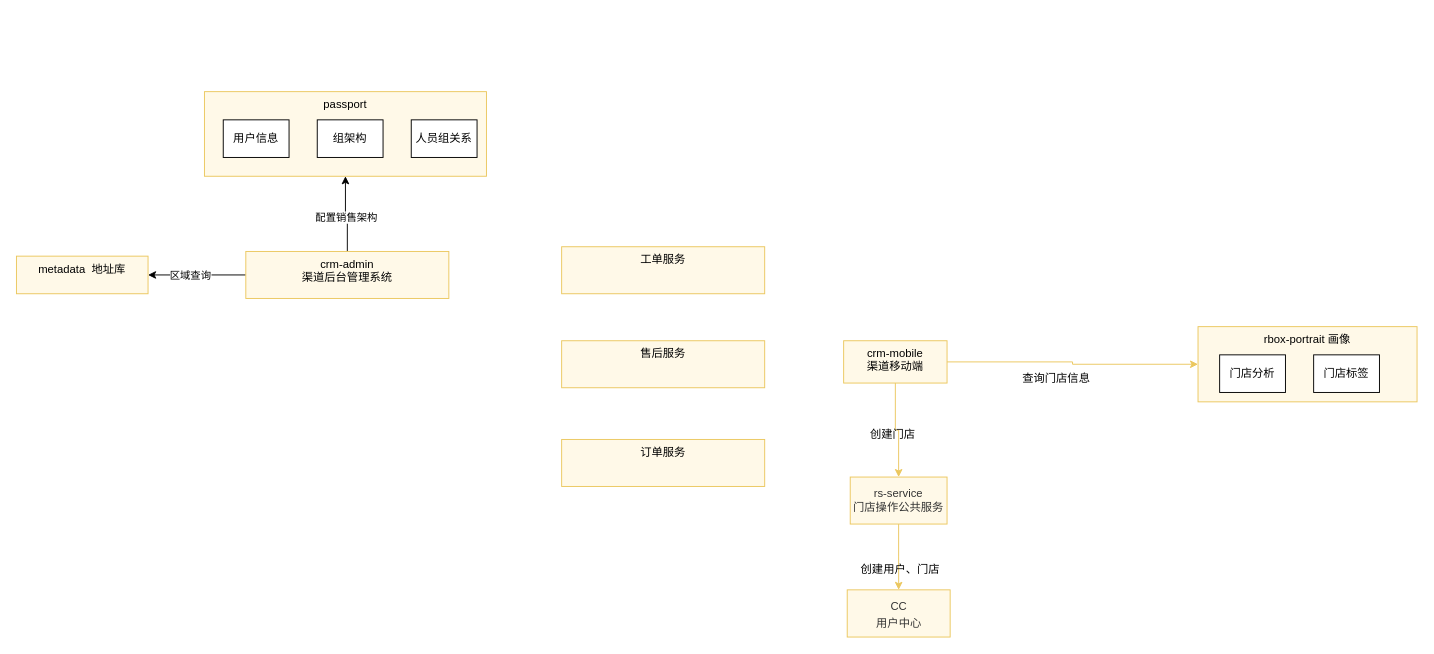
Earlier version of the draw.io diagram 未命名绘图.drawio (shixiaoding/draw). Source tidied: cells renumbered, new cells numbered last; positions are measured from the earlier drawing's top-left corner, leaving out a move shared by most shapes. Both pictures are drawn from the tidied source at 94%, with x=0, y=0 at pixel (16, 91).
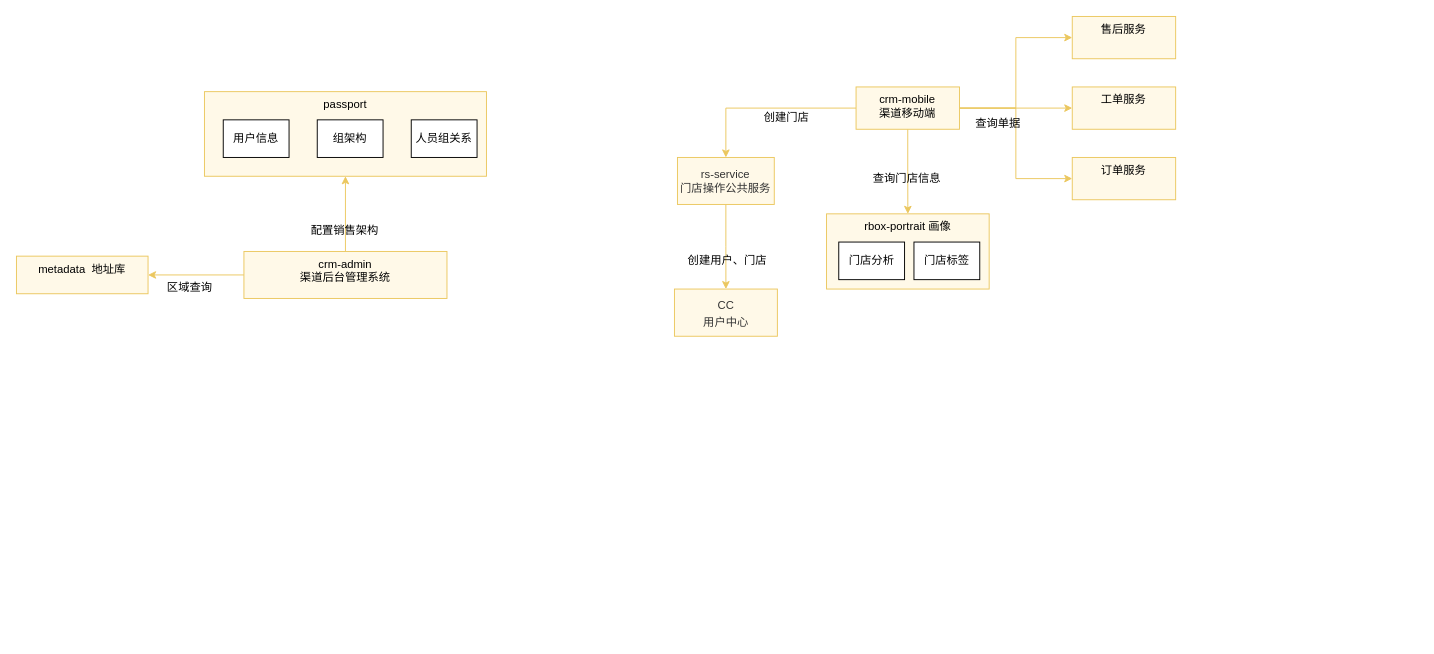
Above is the later version.

Commit message:
车削一体-架构图.drawio

The change refers to these unchanged cells:
```xml
<mxCell id="7" value="passport" style="rounded=0;whiteSpace=wrap;html=1;labelBackgroundColor=none;fillColor=#FFF9E8;strokeColor=#EBC75E;verticalAlign=top;" parent="1" vertex="1">
  <mxGeometry x="200" width="300" height="90" as="geometry" />
</mxCell>
<mxCell id="21" value="metadata&amp;nbsp; 地址库" style="rounded=0;whiteSpace=wrap;html=1;strokeColor=#EBC75E;align=center;verticalAlign=top;fontFamily=Helvetica;fontSize=12;fontColor=default;labelBackgroundColor=none;fillColor=#FFF9E8;" parent="1" vertex="1">
  <mxGeometry y="175" width="140" height="40" as="geometry" />
</mxCell>
```

What changed in the source:
```diff
@@
-    <mxCell id="2" style="edgeStyle=orthogonalEdgeStyle;rounded=0;jettySize=auto;html=1;entryX=0.5;entryY=1;entryDx=0;entryDy=0;" parent="1" edge="1" source="6" target="7">
+    <mxCell id="2" style="edgeStyle=orthogonalEdgeStyle;rounded=0;jettySize=auto;html=1;entryX=0.5;entryY=1;entryDx=0;entryDy=0;strokeColor=#EBC75E;align=center;verticalAlign=top;fontFamily=Helvetica;fontSize=12;fontColor=default;labelBackgroundColor=none;endArrow=classic;fillColor=#FFF9E8;" parent="1" edge="1" source="6" target="7">
       <mxGeometry relative="1" as="geometry" />
     </mxCell>
-    <mxCell id="3" value="配置销售架构" style="edgeLabel;html=1;align=center;verticalAlign=middle;" parent="2" vertex="1">
+    <mxCell id="3" value="配置销售架构" style="edgeLabel;html=1;align=center;verticalAlign=top;rounded=0;strokeColor=#EBC75E;fontFamily=Helvetica;fontSize=12;fontColor=default;labelBackgroundColor=none;fillColor=#FFF9E8;" parent="2" vertex="1">
       <mxGeometry x="-0.09" y="2" relative="1" as="geometry" />
     </mxCell>
-    <mxCell id="4" style="edgeStyle=orthogonalEdgeStyle;rounded=0;jettySize=auto;html=1;entryX=1;entryY=0.5;entryDx=0;entryDy=0;" parent="1" edge="1" source="6" target="21">
+    <mxCell id="4" style="edgeStyle=orthogonalEdgeStyle;rounded=0;jettySize=auto;html=1;entryX=1;entryY=0.5;entryDx=0;entryDy=0;strokeColor=#EBC75E;align=center;verticalAlign=top;fontFamily=Helvetica;fontSize=12;fontColor=default;labelBackgroundColor=none;endArrow=classic;fillColor=#FFF9E8;" parent="1" edge="1" source="6" target="21">
       <mxGeometry relative="1" as="geometry" />
     </mxCell>
-    <mxCell id="5" value="区域查询" style="edgeLabel;html=1;align=center;verticalAlign=middle;" parent="4" vertex="1">
+    <mxCell id="5" value="区域查询" style="edgeLabel;html=1;align=center;verticalAlign=top;rounded=0;strokeColor=#EBC75E;fontFamily=Helvetica;fontSize=12;fontColor=default;labelBackgroundColor=none;fillColor=#FFF9E8;" parent="4" vertex="1">
       <mxGeometry x="-0.14" y="3" relative="1" as="geometry">
         <mxPoint x="-15" y="-3" as="offset" />
       </mxGeometry>
     </mxCell>
     <mxCell id="6" value="crm-admin &lt;br&gt;渠道后台管理系统" style="rounded=0;whiteSpace=wrap;html=1;labelBackgroundColor=none;fillColor=#FFF9E8;strokeColor=#EBC75E;align=center;verticalAlign=top;fontFamily=Helvetica;fontSize=12;fontColor=default;" parent="1" vertex="1">
-      <mxGeometry x="244" y="170" width="216" height="50" as="geometry" />
+      <mxGeometry x="242" y="170" width="216" height="50" as="geometry" />
     </mxCell>
@@
+    <mxCell id="27" style="edgeStyle=orthogonalEdgeStyle;rounded=0;jettySize=auto;html=1;entryX=0;entryY=0.5;entryDx=0;entryDy=0;strokeColor=#EBC75E;align=center;verticalAlign=top;fontFamily=Helvetica;fontSize=12;fontColor=default;labelBackgroundColor=none;endArrow=classic;fillColor=#FFF9E8;" parent="1" edge="1" source="12" target="22">
+      <mxGeometry relative="1" as="geometry" />
+    </mxCell>
+    <mxCell id="28" style="edgeStyle=orthogonalEdgeStyle;rounded=0;jettySize=auto;html=1;strokeColor=#EBC75E;align=center;verticalAlign=top;fontFamily=Helvetica;fontSize=12;fontColor=default;labelBackgroundColor=none;endArrow=classic;fillColor=#FFF9E8;" parent="1" edge="1" source="12" target="24">
+      <mxGeometry relative="1" as="geometry" />
+    </mxCell>
+    <mxCell id="29" style="edgeStyle=orthogonalEdgeStyle;rounded=0;jettySize=auto;html=1;entryX=0;entryY=0.5;entryDx=0;entryDy=0;strokeColor=#EBC75E;align=center;verticalAlign=top;fontFamily=Helvetica;fontSize=12;fontColor=default;labelBackgroundColor=none;endArrow=classic;fillColor=#FFF9E8;" parent="1" edge="1" source="12" target="23">
+      <mxGeometry relative="1" as="geometry" />
+    </mxCell>
+    <mxCell id="30" value="查询单据" style="edgeLabel;html=1;align=center;verticalAlign=top;rounded=0;strokeColor=#EBC75E;fontFamily=Helvetica;fontSize=12;fontColor=default;labelBackgroundColor=none;fillColor=#FFF9E8;" parent="29" vertex="1">
+      <mxGeometry x="-0.59" y="-1" relative="1" as="geometry">
+        <mxPoint y="1" as="offset" />
+      </mxGeometry>
+    </mxCell>
     <mxCell id="12" value="crm-mobile&lt;br&gt;渠道移动端" style="rounded=0;whiteSpace=wrap;html=1;labelBackgroundColor=none;fillColor=#FFF9E8;strokeColor=#EBC75E;align=center;verticalAlign=top;fontFamily=Helvetica;fontSize=12;fontColor=default;" parent="1" vertex="1">
-      <mxGeometry x="880" y="265" width="110" height="45" as="geometry" />
+      <mxGeometry x="893.2" y="-5" width="110" height="45" as="geometry" />
     </mxCell>
@@
     <mxCell id="15" value="&lt;div style=&quot;&quot;&gt;&lt;/div&gt;&lt;div style=&quot;&quot; class=&quot;document&quot;&gt;&lt;div class=&quot;section&quot;&gt;&lt;p style=&quot;margin: 3pt 0pt; font-family: 等线;&quot; class=&quot;paragraph text-align-type-left&quot;&gt;&lt;font color=&quot;#333333&quot;&gt;&lt;span&gt;rs-service &lt;br&gt;门店操作公共服务&lt;/span&gt;&lt;/font&gt;&lt;/p&gt;&lt;/div&gt;&lt;/div&gt;" style="rounded=0;whiteSpace=wrap;html=1;labelBackgroundColor=none;fillColor=#FFF9E8;strokeColor=#EBC75E;fontSize=12;align=center;verticalAlign=middle;fontFamily=Helvetica;fontColor=default;" parent="1" vertex="1">
-      <mxGeometry x="887" y="410" width="103" height="50" as="geometry" />
+      <mxGeometry x="703.2" y="70" width="103" height="50" as="geometry" />
     </mxCell>
-    <mxCell id="16" value="rbox-portrait 画像" style="rounded=0;whiteSpace=wrap;html=1;labelBackgroundColor=none;fillColor=#FFF9E8;strokeColor=#EBC75E;align=center;verticalAlign=top;fontFamily=Helvetica;fontSize=12;fontColor=default;" parent="1" vertex="1">
-      <mxGeometry x="1257" y="250" width="233" height="80" as="geometry" />
-    </mxCell>
     <mxCell id="17" value="&lt;div style=&quot;&quot;&gt;&lt;/div&gt;&lt;div style=&quot;&quot; class=&quot;document&quot;&gt;&lt;div class=&quot;section&quot;&gt;&lt;p style=&quot;margin: 3pt 0pt; font-family: 等线;&quot; class=&quot;paragraph text-align-type-left&quot;&gt;&lt;font color=&quot;#333333&quot;&gt;&lt;span&gt;CC&lt;/span&gt;&lt;/font&gt;&lt;/p&gt;&lt;p style=&quot;margin: 3pt 0pt; font-family: 等线;&quot; class=&quot;paragraph text-align-type-left&quot;&gt;&lt;font color=&quot;#333333&quot;&gt;&lt;span&gt;用户中心&lt;/span&gt;&lt;/font&gt;&lt;/p&gt;&lt;/div&gt;&lt;/div&gt;" style="rounded=0;whiteSpace=wrap;html=1;labelBackgroundColor=none;fillColor=#FFF9E8;strokeColor=#EBC75E;fontSize=12;align=center;verticalAlign=top;fontFamily=Helvetica;fontColor=default;" parent="1" vertex="1">
-      <mxGeometry x="883.8" y="530" width="109.5" height="50.2" as="geometry" />
+      <mxGeometry x="700" y="210" width="109.5" height="50.2" as="geometry" />
     </mxCell>
@@
     <mxCell id="22" value="售后服务" style="rounded=0;whiteSpace=wrap;html=1;labelBackgroundColor=none;fillColor=#FFF9E8;strokeColor=#EBC75E;align=center;verticalAlign=top;fontFamily=Helvetica;fontSize=12;fontColor=default;" parent="1" vertex="1">
-      <mxGeometry x="580" y="265" width="216" height="50" as="geometry" />
+      <mxGeometry x="1123.2" y="-80" width="110" height="45" as="geometry" />
     </mxCell>
+    <mxCell id="24" value="工单服务" style="rounded=0;whiteSpace=wrap;html=1;labelBackgroundColor=none;fillColor=#FFF9E8;strokeColor=#EBC75E;align=center;verticalAlign=top;fontFamily=Helvetica;fontSize=12;fontColor=default;" parent="1" vertex="1">
+      <mxGeometry x="1123.2" y="-5" width="110" height="45" as="geometry" />
+    </mxCell>
     <mxCell id="23" value="订单服务" style="rounded=0;whiteSpace=wrap;html=1;labelBackgroundColor=none;fillColor=#FFF9E8;strokeColor=#EBC75E;align=center;verticalAlign=top;fontFamily=Helvetica;fontSize=12;fontColor=default;" parent="1" vertex="1">
-      <mxGeometry x="580" y="370" width="216" height="50" as="geometry" />
+      <mxGeometry x="1123.2" y="70" width="110" height="45" as="geometry" />
     </mxCell>
-    <mxCell id="24" value="工单服务" style="rounded=0;whiteSpace=wrap;html=1;labelBackgroundColor=none;fillColor=#FFF9E8;strokeColor=#EBC75E;align=center;verticalAlign=top;fontFamily=Helvetica;fontSize=12;fontColor=default;" parent="1" vertex="1">
-      <mxGeometry x="580" y="165" width="216" height="50" as="geometry" />
-    </mxCell>
+    <mxCell id="31" style="group;" parent="1" vertex="1">
+      <mxGeometry x="861.8" y="130" width="173" height="80" as="geometry" />
+    </mxCell>
+    <mxCell id="16" value="rbox-portrait 画像" style="rounded=0;whiteSpace=wrap;html=1;labelBackgroundColor=none;fillColor=#FFF9E8;strokeColor=#EBC75E;align=center;verticalAlign=top;fontFamily=Helvetica;fontSize=12;fontColor=default;" parent="31" vertex="1">
+      <mxGeometry width="173" height="80" as="geometry" />
+    </mxCell>
-    <mxCell id="25" value="门店分析" style="rounded=0;whiteSpace=wrap;html=1;" parent="1" vertex="1">
-      <mxGeometry x="1280" y="280" width="70" height="40" as="geometry" />
+    <mxCell id="25" value="门店分析" style="rounded=0;whiteSpace=wrap;html=1;" parent="31" vertex="1">
+      <mxGeometry x="13" y="30" width="70" height="40" as="geometry" />
     </mxCell>
-    <mxCell id="26" value="门店标签" style="rounded=0;whiteSpace=wrap;html=1;" parent="1" vertex="1">
-      <mxGeometry x="1380" y="280" width="70" height="40" as="geometry" />
+    <mxCell id="26" value="门店标签" style="rounded=0;whiteSpace=wrap;html=1;" parent="31" vertex="1">
+      <mxGeometry x="93" y="30" width="70" height="40" as="geometry" />
     </mxCell>
```
